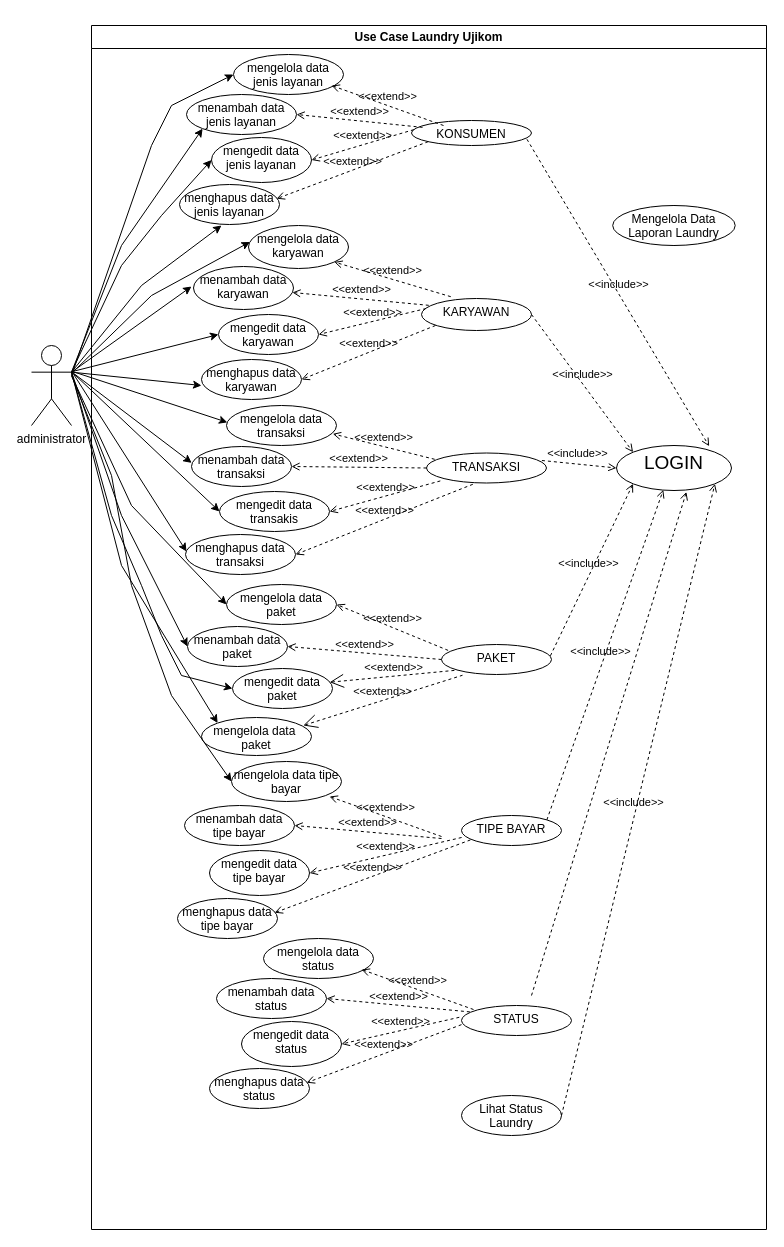
The draw.io diagram page "Page-5" (5 of 5) of Desain Ujikom.drawio in alditasptnsr/ujikom_aldita, before the edit. Source tidied: cells renumbered, new cells numbered last; positions are measured from the earlier drawing's top-left corner, leaving out a move shared by most shapes. Both pictures are drawn from the tidied source at 100%, with x=0, y=0 at pixel (31, 25).
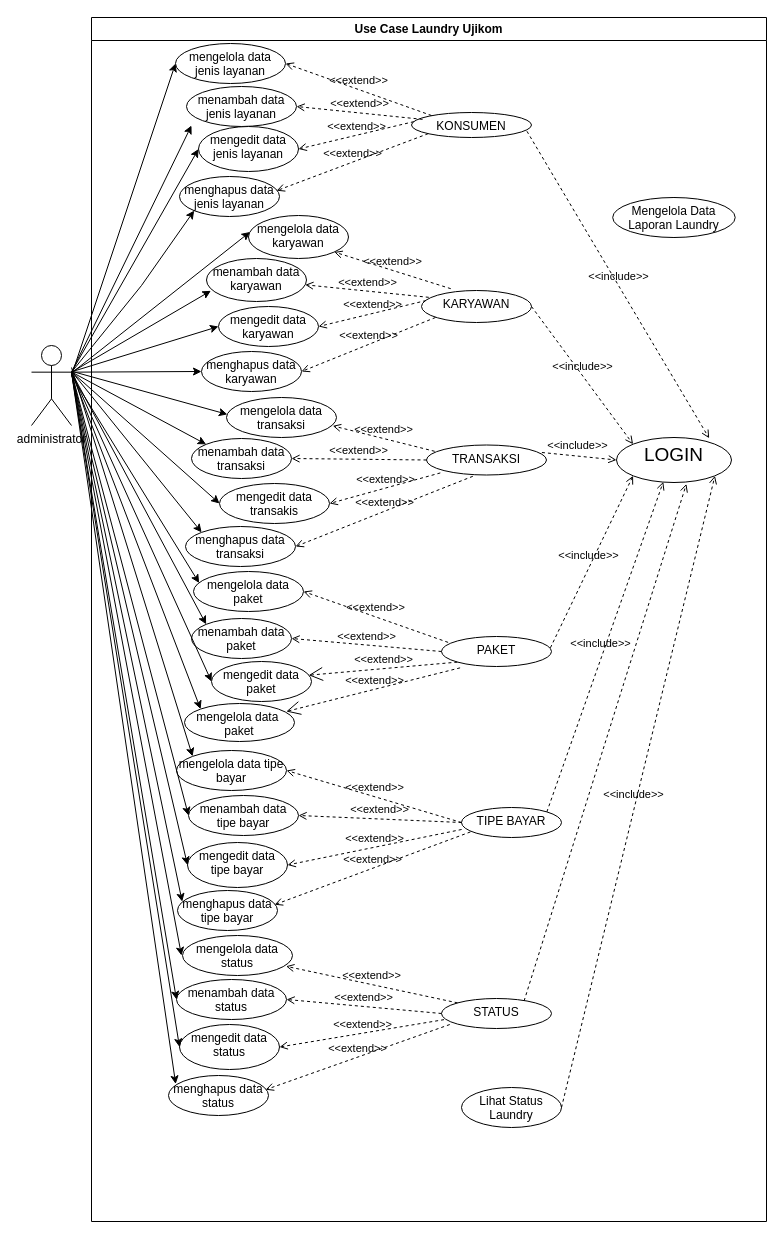
The same diagram, later.

Unchanged cells that the change refers to:
```xml
<mxCell id="3" value="menambah data jenis layanan" style="ellipse;whiteSpace=wrap;html=1;verticalAlign=top;" parent="2" vertex="1">
  <mxGeometry x="95" y="69" width="110" height="40" as="geometry" />
</mxCell>
<mxCell id="5" value="menghapus data jenis layanan" style="ellipse;whiteSpace=wrap;html=1;verticalAlign=top;" parent="2" vertex="1">
  <mxGeometry x="88" y="159" width="100" height="40" as="geometry" />
</mxCell>
<mxCell id="11" value="&lt;font style=&quot;font-size: 19px;&quot;&gt;LOGIN&lt;/font&gt;" style="ellipse;whiteSpace=wrap;html=1;verticalAlign=top;" parent="2" vertex="1">
  <mxGeometry x="525" y="420" width="115" height="45" as="geometry" />
</mxCell>
<mxCell id="13" value="menghapus data &lt;br&gt;karyawan" style="ellipse;whiteSpace=wrap;html=1;verticalAlign=top;" parent="2" vertex="1">
  <mxGeometry x="110" y="334" width="100" height="40" as="geometry" />
</mxCell>
<mxCell id="15" value="menambah data transaksi" style="ellipse;whiteSpace=wrap;html=1;verticalAlign=top;" parent="2" vertex="1">
  <mxGeometry x="100" y="421" width="100" height="40" as="geometry" />
</mxCell>
<mxCell id="37" value="TIPE BAYAR" style="ellipse;whiteSpace=wrap;html=1;verticalAlign=top;" parent="2" vertex="1">
  <mxGeometry x="370" y="790" width="100" height="30" as="geometry" />
</mxCell>
<mxCell id="45" value="menghapus data transaksi" style="ellipse;whiteSpace=wrap;html=1;verticalAlign=top;" parent="2" vertex="1">
  <mxGeometry x="94" y="509" width="110" height="40" as="geometry" />
</mxCell>
<mxCell id="49" value="menghapus data tipe bayar" style="ellipse;whiteSpace=wrap;html=1;verticalAlign=top;" parent="2" vertex="1">
  <mxGeometry x="86" y="873" width="100" height="40" as="geometry" />
</mxCell>
<mxCell id="84" value="administrator" style="shape=umlActor;verticalLabelPosition=bottom;verticalAlign=top;html=1;outlineConnect=0;" parent="1" vertex="1">
  <mxGeometry y="320" width="40" height="80" as="geometry" />
</mxCell>
```

Diff of the diagram source:
```diff
@@
     <mxCell id="2" value="Use Case Laundry Ujikom" style="swimlane;whiteSpace=wrap;html=1;" parent="1" vertex="1">
-      <mxGeometry x="60" width="675" height="1204" as="geometry" />
+      <mxGeometry x="60" y="-8" width="675" height="1204" as="geometry" />
     </mxCell>
@@
     <mxCell id="4" value="mengedit data jenis layanan" style="ellipse;whiteSpace=wrap;html=1;verticalAlign=top;" parent="2" vertex="1">
-      <mxGeometry x="120" y="112" width="100" height="45" as="geometry" />
+      <mxGeometry x="107" y="109" width="100" height="45" as="geometry" />
     </mxCell>
@@
     <mxCell id="6" value="menambah data karyawan" style="ellipse;whiteSpace=wrap;html=1;verticalAlign=top;" parent="2" vertex="1">
-      <mxGeometry x="102" y="241" width="100" height="43" as="geometry" />
+      <mxGeometry x="115" y="241" width="100" height="43" as="geometry" />
     </mxCell>
@@
     <mxCell id="8" value="mengelola data paket" style="ellipse;whiteSpace=wrap;html=1;verticalAlign=top;" parent="2" vertex="1">
-      <mxGeometry x="135" y="559" width="110" height="40" as="geometry" />
+      <mxGeometry x="102" y="554" width="110" height="40" as="geometry" />
     </mxCell>
     <mxCell id="9" value="menambah data paket" style="ellipse;whiteSpace=wrap;html=1;verticalAlign=top;" parent="2" vertex="1">
-      <mxGeometry x="96" y="601" width="100" height="40" as="geometry" />
+      <mxGeometry x="100" y="601" width="100" height="40" as="geometry" />
     </mxCell>
     <mxCell id="10" value="mengelola data&amp;nbsp;&lt;br&gt;paket" style="ellipse;whiteSpace=wrap;html=1;verticalAlign=top;" parent="2" vertex="1">
-      <mxGeometry x="110" y="692" width="110" height="38" as="geometry" />
+      <mxGeometry x="93" y="686" width="110" height="38" as="geometry" />
     </mxCell>
@@
     <mxCell id="12" value="mengedit data paket" style="ellipse;whiteSpace=wrap;html=1;verticalAlign=top;" parent="2" vertex="1">
-      <mxGeometry x="141" y="643" width="100" height="40" as="geometry" />
+      <mxGeometry x="120" y="644" width="100" height="40" as="geometry" />
     </mxCell>
@@
     <mxCell id="38" value="STATUS" style="ellipse;whiteSpace=wrap;html=1;verticalAlign=top;" parent="2" vertex="1">
-      <mxGeometry x="370" y="980" width="110" height="30" as="geometry" />
+      <mxGeometry x="350" y="981" width="110" height="30" as="geometry" />
     </mxCell>
@@
     <mxCell id="41" value="mengelola data jenis layanan" style="ellipse;whiteSpace=wrap;html=1;verticalAlign=top;" parent="2" vertex="1">
-      <mxGeometry x="142" y="29" width="110" height="40" as="geometry" />
+      <mxGeometry x="84" y="26" width="110" height="40" as="geometry" />
     </mxCell>
-    <mxCell id="42" value="&amp;lt;&amp;lt;extend&amp;gt;&amp;gt;" style="html=1;verticalAlign=bottom;labelBackgroundColor=none;endArrow=open;endFill=0;dashed=1;rounded=0;entryX=1;entryY=0.5;entryDx=0;entryDy=0;" parent="2" edge="1">
+    <mxCell id="42" value="&amp;lt;&amp;lt;extend&amp;gt;&amp;gt;" style="html=1;verticalAlign=bottom;labelBackgroundColor=none;endArrow=open;endFill=0;dashed=1;rounded=0;entryX=1;entryY=0.5;entryDx=0;entryDy=0;" parent="2" edge="1" target="41">
       <mxGeometry relative="1" as="geometry">
-        <mxPoint x="352" y="100" as="sourcePoint" />
-        <mxPoint x="240" y="60" as="targetPoint" />
+        <mxPoint x="340" y="98" as="sourcePoint" />
       </mxGeometry>
     </mxCell>
     <mxCell id="43" value="mengelola data karyawan" style="ellipse;whiteSpace=wrap;html=1;verticalAlign=top;" parent="2" vertex="1">
-      <mxGeometry x="157" y="200" width="100" height="43" as="geometry" />
+      <mxGeometry x="157" y="198" width="100" height="43" as="geometry" />
     </mxCell>
@@
     <mxCell id="47" value="menambah data tipe bayar" style="ellipse;whiteSpace=wrap;html=1;verticalAlign=top;" parent="2" vertex="1">
-      <mxGeometry x="93" y="780" width="110" height="40" as="geometry" />
+      <mxGeometry x="97" y="778" width="110" height="40" as="geometry" />
     </mxCell>
     <mxCell id="48" value="mengedit data tipe bayar" style="ellipse;whiteSpace=wrap;html=1;verticalAlign=top;" parent="2" vertex="1">
-      <mxGeometry x="118" y="825" width="100" height="45" as="geometry" />
+      <mxGeometry x="96" y="825" width="100" height="45" as="geometry" />
     </mxCell>
@@
-    <mxCell id="52" value="&amp;lt;&amp;lt;extend&amp;gt;&amp;gt;" style="html=1;verticalAlign=bottom;labelBackgroundColor=none;endArrow=open;endFill=0;dashed=1;rounded=0;entryX=1;entryY=0.5;entryDx=0;entryDy=0;" parent="2" edge="1" target="47">
-      <mxGeometry relative="1" as="geometry">
-        <mxPoint x="350" y="813" as="sourcePoint" />
-      </mxGeometry>
+    <mxCell id="52" value="&amp;lt;&amp;lt;extend&amp;gt;&amp;gt;" style="html=1;verticalAlign=bottom;labelBackgroundColor=none;endArrow=open;endFill=0;dashed=1;rounded=0;entryX=1;entryY=0.5;entryDx=0;entryDy=0;exitX=0;exitY=0.5;exitDx=0;exitDy=0;" parent="2" edge="1" source="37" target="47">
+      <mxGeometry relative="1" as="geometry" />
     </mxCell>
     <mxCell id="53" value="mengelola data tipe bayar" style="ellipse;whiteSpace=wrap;html=1;verticalAlign=top;" parent="2" vertex="1">
-      <mxGeometry x="140" y="736" width="110" height="40" as="geometry" />
+      <mxGeometry x="85" y="733" width="110" height="40" as="geometry" />
     </mxCell>
-    <mxCell id="54" value="&amp;lt;&amp;lt;extend&amp;gt;&amp;gt;" style="html=1;verticalAlign=bottom;labelBackgroundColor=none;endArrow=open;endFill=0;dashed=1;rounded=0;entryX=1;entryY=0.5;entryDx=0;entryDy=0;" parent="2" edge="1">
-      <mxGeometry relative="1" as="geometry">
-        <mxPoint x="350" y="811" as="sourcePoint" />
-        <mxPoint x="238" y="771" as="targetPoint" />
-      </mxGeometry>
+    <mxCell id="54" value="&amp;lt;&amp;lt;extend&amp;gt;&amp;gt;" style="html=1;verticalAlign=bottom;labelBackgroundColor=none;endArrow=open;endFill=0;dashed=1;rounded=0;entryX=1;entryY=0.5;entryDx=0;entryDy=0;exitX=0;exitY=0.5;exitDx=0;exitDy=0;" parent="2" edge="1" source="37" target="53">
+      <mxGeometry relative="1" as="geometry" />
     </mxCell>
     <mxCell id="55" value="menambah data status" style="ellipse;whiteSpace=wrap;html=1;verticalAlign=top;" parent="2" vertex="1">
-      <mxGeometry x="125" y="953" width="110" height="40" as="geometry" />
+      <mxGeometry x="85" y="962" width="110" height="40" as="geometry" />
     </mxCell>
     <mxCell id="56" value="mengedit data status" style="ellipse;whiteSpace=wrap;html=1;verticalAlign=top;" parent="2" vertex="1">
-      <mxGeometry x="150" y="996" width="100" height="45" as="geometry" />
+      <mxGeometry x="88" y="1007" width="100" height="45" as="geometry" />
     </mxCell>
     <mxCell id="57" value="menghapus data status" style="ellipse;whiteSpace=wrap;html=1;verticalAlign=top;" parent="2" vertex="1">
-      <mxGeometry x="118" y="1043" width="100" height="40" as="geometry" />
+      <mxGeometry x="77" y="1058" width="100" height="40" as="geometry" />
     </mxCell>
-    <mxCell id="58" value="&amp;lt;&amp;lt;extend&amp;gt;&amp;gt;" style="html=1;verticalAlign=bottom;labelBackgroundColor=none;endArrow=open;endFill=0;dashed=1;rounded=0;exitX=0;exitY=0.638;exitDx=0;exitDy=0;entryX=0.971;entryY=0.355;entryDx=0;entryDy=0;entryPerimeter=0;exitPerimeter=0;" parent="2" edge="1" source="38" target="57">
+    <mxCell id="58" value="&amp;lt;&amp;lt;extend&amp;gt;&amp;gt;" style="html=1;verticalAlign=bottom;labelBackgroundColor=none;endArrow=open;endFill=0;dashed=1;rounded=0;exitX=0.075;exitY=0.868;exitDx=0;exitDy=0;entryX=0.971;entryY=0.355;entryDx=0;entryDy=0;entryPerimeter=0;exitPerimeter=0;" parent="2" edge="1" source="38" target="57">
       <mxGeometry relative="1" as="geometry" />
     </mxCell>
-    <mxCell id="59" value="&amp;lt;&amp;lt;extend&amp;gt;&amp;gt;" style="html=1;verticalAlign=bottom;labelBackgroundColor=none;endArrow=open;endFill=0;dashed=1;rounded=0;exitX=-0.02;exitY=0.393;exitDx=0;exitDy=0;entryX=1;entryY=0.5;entryDx=0;entryDy=0;exitPerimeter=0;" parent="2" edge="1" source="38" target="56">
+    <mxCell id="59" value="&amp;lt;&amp;lt;extend&amp;gt;&amp;gt;" style="html=1;verticalAlign=bottom;labelBackgroundColor=none;endArrow=open;endFill=0;dashed=1;rounded=0;exitX=0.023;exitY=0.705;exitDx=0;exitDy=0;entryX=1;entryY=0.5;entryDx=0;entryDy=0;exitPerimeter=0;" parent="2" edge="1" source="38" target="56">
       <mxGeometry relative="1" as="geometry" />
     </mxCell>
-    <mxCell id="60" value="&amp;lt;&amp;lt;extend&amp;gt;&amp;gt;" style="html=1;verticalAlign=bottom;labelBackgroundColor=none;endArrow=open;endFill=0;dashed=1;rounded=0;exitX=0.076;exitY=0.213;exitDx=0;exitDy=0;exitPerimeter=0;entryX=1;entryY=0.5;entryDx=0;entryDy=0;" parent="2" edge="1" source="38" target="55">
+    <mxCell id="60" value="&amp;lt;&amp;lt;extend&amp;gt;&amp;gt;" style="html=1;verticalAlign=bottom;labelBackgroundColor=none;endArrow=open;endFill=0;dashed=1;rounded=0;exitX=0;exitY=0.5;exitDx=0;exitDy=0;entryX=1;entryY=0.5;entryDx=0;entryDy=0;" parent="2" edge="1" source="38" target="55">
       <mxGeometry relative="1" as="geometry" />
     </mxCell>
     <mxCell id="61" value="mengelola data status" style="ellipse;whiteSpace=wrap;html=1;verticalAlign=top;" parent="2" vertex="1">
-      <mxGeometry x="172" y="913" width="110" height="40" as="geometry" />
+      <mxGeometry x="91" y="918" width="110" height="40" as="geometry" />
     </mxCell>
-    <mxCell id="62" value="&amp;lt;&amp;lt;extend&amp;gt;&amp;gt;" style="html=1;verticalAlign=bottom;labelBackgroundColor=none;endArrow=open;endFill=0;dashed=1;rounded=0;entryX=1;entryY=0.5;entryDx=0;entryDy=0;" parent="2" edge="1">
-      <mxGeometry relative="1" as="geometry">
-        <mxPoint x="382" y="984" as="sourcePoint" />
-        <mxPoint x="270" y="944" as="targetPoint" />
-      </mxGeometry>
+    <mxCell id="62" value="&amp;lt;&amp;lt;extend&amp;gt;&amp;gt;" style="html=1;verticalAlign=bottom;labelBackgroundColor=none;endArrow=open;endFill=0;dashed=1;rounded=0;entryX=0.941;entryY=0.769;entryDx=0;entryDy=0;exitX=0;exitY=0;exitDx=0;exitDy=0;entryPerimeter=0;" parent="2" edge="1" source="38" target="61">
+      <mxGeometry relative="1" as="geometry" />
     </mxCell>
-    <mxCell id="63" style="html=1;verticalAlign=bottom;labelBackgroundColor=none;endArrow=open;endFill=0;dashed=1;rounded=0;entryX=0.608;entryY=1.031;entryDx=0;entryDy=0;entryPerimeter=0;" parent="2" edge="1" target="11">
-      <mxGeometry x="-0.04" y="2" relative="1" as="geometry">
-        <mxPoint x="440" y="970" as="sourcePoint" />
-      </mxGeometry>
+    <mxCell id="63" style="html=1;verticalAlign=bottom;labelBackgroundColor=none;endArrow=open;endFill=0;dashed=1;rounded=0;entryX=0.608;entryY=1.031;entryDx=0;entryDy=0;entryPerimeter=0;exitX=0.751;exitY=0.079;exitDx=0;exitDy=0;exitPerimeter=0;" parent="2" edge="1" source="38" target="11">
+      <mxGeometry x="-0.04" y="2" relative="1" as="geometry" />
     </mxCell>
@@
-    <mxCell id="67" style="rounded=0;jettySize=auto;html=1;entryX=0;entryY=0.5;entryDx=0;entryDy=0;" parent="2" edge="1" target="53">
+    <mxCell id="67" style="rounded=0;jettySize=auto;html=1;entryX=0;entryY=0;entryDx=0;entryDy=0;" parent="2" edge="1" target="53">
       <mxGeometry relative="1" as="geometry">
         <mxPoint x="-20" y="350" as="sourcePoint" />
-        <Array as="points">
-          <mxPoint x="20" y="450" />
-          <mxPoint x="40" y="560" />
-          <mxPoint x="80" y="670" />
-        </Array>
       </mxGeometry>
     </mxCell>
-    <mxCell id="68" style="rounded=0;orthogonalLoop=1;jettySize=auto;html=1;" parent="1" edge="1">
+    <mxCell id="68" style="rounded=0;jettySize=auto;html=1;entryX=0.044;entryY=0.751;entryDx=0;entryDy=0;entryPerimeter=0;" parent="1" edge="1" target="6">
       <mxGeometry relative="1" as="geometry">
         <mxPoint x="40" y="346.7" as="sourcePoint" />
-        <mxPoint x="160" y="261" as="targetPoint" />
       </mxGeometry>
     </mxCell>
-    <mxCell id="69" style="rounded=0;jettySize=auto;html=1;entryX=0;entryY=0.65;entryDx=0;entryDy=0;entryPerimeter=0;exitX=1;exitY=0.3333333333333333;exitDx=0;exitDy=0;exitPerimeter=0;" parent="1" edge="1" source="84" target="13">
+    <mxCell id="69" style="rounded=0;jettySize=auto;html=1;entryX=0;entryY=0.5;entryDx=0;entryDy=0;exitX=1;exitY=0.3333333333333333;exitDx=0;exitDy=0;exitPerimeter=0;" parent="1" edge="1" source="84" target="13">
       <mxGeometry relative="1" as="geometry" />
     </mxCell>
@@
-    <mxCell id="71" style="rounded=0;jettySize=auto;html=1;entryX=0.002;entryY=0.41;entryDx=0;entryDy=0;entryPerimeter=0;" parent="1" edge="1" target="15">
+    <mxCell id="71" style="rounded=0;jettySize=auto;html=1;entryX=0;entryY=0;entryDx=0;entryDy=0;" parent="1" edge="1" target="15">
       <mxGeometry relative="1" as="geometry">
         <mxPoint x="41" y="347" as="sourcePoint" />
       </mxGeometry>
     </mxCell>
@@
-    <mxCell id="74" style="rounded=0;orthogonalLoop=1;jettySize=auto;html=1;entryX=0;entryY=0.5;entryDx=0;entryDy=0;" parent="1" edge="1">
+    <mxCell id="74" style="rounded=0;jettySize=auto;html=1;entryX=0;entryY=0;entryDx=0;entryDy=0;" parent="1" edge="1" target="45">
       <mxGeometry relative="1" as="geometry">
         <mxPoint x="41" y="347" as="sourcePoint" />
-        <mxPoint x="155" y="526" as="targetPoint" />
         <Array as="points">
           <mxPoint x="41" y="347" />
         </Array>
       </mxGeometry>
     </mxCell>
     <mxCell id="75" style="rounded=0;jettySize=auto;html=1;entryX=0.015;entryY=0.383;entryDx=0;entryDy=0;entryPerimeter=0;" parent="1" edge="1" target="43">
       <mxGeometry relative="1" as="geometry">
         <mxPoint x="42" y="346" as="sourcePoint" />
-        <Array as="points">
-          <mxPoint x="120" y="270" />
-        </Array>
       </mxGeometry>
     </mxCell>
-    <mxCell id="76" style="rounded=0;jettySize=auto;html=1;exitX=1;exitY=0.3333333333333333;exitDx=0;exitDy=0;exitPerimeter=0;entryX=0.42;entryY=1.025;entryDx=0;entryDy=0;entryPerimeter=0;" parent="1" edge="1" source="84" target="5">
+    <mxCell id="76" style="rounded=0;jettySize=auto;html=1;exitX=1;exitY=0.3333333333333333;exitDx=0;exitDy=0;exitPerimeter=0;entryX=0;entryY=1;entryDx=0;entryDy=0;" parent="1" edge="1" source="84" target="5">
       <mxGeometry relative="1" as="geometry">
         <Array as="points">
           <mxPoint x="110" y="260" />
         </Array>
       </mxGeometry>
     </mxCell>
     <mxCell id="77" style="rounded=0;jettySize=auto;html=1;entryX=0;entryY=0.5;entryDx=0;entryDy=0;exitX=1;exitY=0.3333333333333333;exitDx=0;exitDy=0;exitPerimeter=0;" parent="1" edge="1" source="84" target="4">
-      <mxGeometry relative="1" as="geometry">
-        <Array as="points">
-          <mxPoint x="90" y="240" />
-          <mxPoint x="130" y="190" />
-        </Array>
-      </mxGeometry>
+      <mxGeometry relative="1" as="geometry" />
     </mxCell>
-    <mxCell id="78" style="rounded=0;jettySize=auto;html=1;entryX=0;entryY=1;entryDx=0;entryDy=0;exitX=1;exitY=0.3333333333333333;exitDx=0;exitDy=0;exitPerimeter=0;" parent="1" edge="1" source="84" target="3">
+    <mxCell id="78" style="rounded=0;jettySize=auto;html=1;exitX=1;exitY=0.3333333333333333;exitDx=0;exitDy=0;exitPerimeter=0;" parent="1" edge="1" source="84">
       <mxGeometry relative="1" as="geometry">
-        <Array as="points">
-          <mxPoint x="90" y="220" />
-        </Array>
+        <mxPoint x="160" y="100" as="targetPoint" />
       </mxGeometry>
     </mxCell>
     <mxCell id="79" style="rounded=0;jettySize=auto;html=1;entryX=0;entryY=0.5;entryDx=0;entryDy=0;" parent="1" edge="1" target="41">
       <mxGeometry relative="1" as="geometry">
         <mxPoint x="40" y="350" as="sourcePoint" />
-        <Array as="points">
-          <mxPoint x="120" y="120" />
-          <mxPoint x="140" y="80" />
-        </Array>
       </mxGeometry>
     </mxCell>
-    <mxCell id="80" style="rounded=0;jettySize=auto;html=1;entryX=0;entryY=0.5;entryDx=0;entryDy=0;" parent="1" edge="1" target="8">
+    <mxCell id="80" style="rounded=0;jettySize=auto;html=1;entryX=0.051;entryY=0.286;entryDx=0;entryDy=0;entryPerimeter=0;" parent="1" edge="1" target="8">
       <mxGeometry relative="1" as="geometry">
         <mxPoint x="40" y="350" as="sourcePoint" />
-        <Array as="points">
-          <mxPoint x="100" y="480" />
-        </Array>
       </mxGeometry>
     </mxCell>
-    <mxCell id="81" style="rounded=0;jettySize=auto;html=1;entryX=0;entryY=0.5;entryDx=0;entryDy=0;exitX=1;exitY=0.3333333333333333;exitDx=0;exitDy=0;exitPerimeter=0;" parent="1" edge="1" source="84" target="9">
-      <mxGeometry relative="1" as="geometry">
-        <Array as="points">
-          <mxPoint x="90" y="490" />
-        </Array>
-      </mxGeometry>
+    <mxCell id="81" style="rounded=0;jettySize=auto;html=1;entryX=0;entryY=0;entryDx=0;entryDy=0;exitX=1;exitY=0.3333333333333333;exitDx=0;exitDy=0;exitPerimeter=0;" parent="1" edge="1" source="84" target="9">
+      <mxGeometry relative="1" as="geometry" />
     </mxCell>
     <mxCell id="82" style="rounded=0;jettySize=auto;html=1;entryX=0;entryY=0.5;entryDx=0;entryDy=0;exitX=1;exitY=0.3333333333333333;exitDx=0;exitDy=0;exitPerimeter=0;" parent="1" edge="1" source="84" target="12">
-      <mxGeometry relative="1" as="geometry">
-        <Array as="points">
-          <mxPoint x="80" y="490" />
-          <mxPoint x="110" y="560" />
-          <mxPoint x="130" y="610" />
-          <mxPoint x="150" y="650" />
-        </Array>
-      </mxGeometry>
+      <mxGeometry relative="1" as="geometry" />
     </mxCell>
     <mxCell id="83" style="rounded=0;jettySize=auto;html=1;entryX=0;entryY=0;entryDx=0;entryDy=0;exitX=1;exitY=0.3333333333333333;exitDx=0;exitDy=0;exitPerimeter=0;" parent="1" edge="1" source="84" target="10">
-      <mxGeometry relative="1" as="geometry">
-        <Array as="points">
-          <mxPoint x="90" y="540" />
-        </Array>
-      </mxGeometry>
+      <mxGeometry relative="1" as="geometry" />
     </mxCell>
+    <mxCell id="85" style="rounded=0;jettySize=auto;html=1;entryX=0;entryY=0.5;entryDx=0;entryDy=0;exitX=1;exitY=0.3333333333333333;exitDx=0;exitDy=0;exitPerimeter=0;" parent="1" edge="1" source="84" target="47">
+      <mxGeometry relative="1" as="geometry" />
+    </mxCell>
+    <mxCell id="86" style="rounded=0;jettySize=auto;html=1;entryX=0;entryY=0.5;entryDx=0;entryDy=0;exitX=1;exitY=0.3333333333333333;exitDx=0;exitDy=0;exitPerimeter=0;" parent="1" edge="1" source="84" target="48">
+      <mxGeometry relative="1" as="geometry" />
+    </mxCell>
+    <mxCell id="87" style="rounded=0;jettySize=auto;html=1;entryX=0.047;entryY=0.279;entryDx=0;entryDy=0;entryPerimeter=0;exitX=1;exitY=0.3333333333333333;exitDx=0;exitDy=0;exitPerimeter=0;" parent="1" edge="1" source="84" target="49">
+      <mxGeometry relative="1" as="geometry" />
+    </mxCell>
+    <mxCell id="88" style="rounded=0;jettySize=auto;html=1;exitX=1;exitY=0.3333333333333333;exitDx=0;exitDy=0;exitPerimeter=0;" parent="1" edge="1" source="84">
+      <mxGeometry relative="1" as="geometry">
+        <mxPoint x="150" y="930" as="targetPoint" />
+      </mxGeometry>
+    </mxCell>
+    <mxCell id="89" style="rounded=0;jettySize=auto;html=1;entryX=0;entryY=0.5;entryDx=0;entryDy=0;exitX=1;exitY=0.3333333333333333;exitDx=0;exitDy=0;exitPerimeter=0;" parent="1" edge="1" source="84" target="55">
+      <mxGeometry relative="1" as="geometry" />
+    </mxCell>
@@
+    <mxCell id="90" style="rounded=0;jettySize=auto;html=1;exitX=1;exitY=0.3333333333333333;exitDx=0;exitDy=0;exitPerimeter=0;entryX=0;entryY=0.5;entryDx=0;entryDy=0;" parent="1" edge="1" source="84" target="56">
+      <mxGeometry relative="1" as="geometry" />
+    </mxCell>
+    <mxCell id="91" style="rounded=0;jettySize=auto;html=1;exitX=1;exitY=0.3333333333333333;exitDx=0;exitDy=0;exitPerimeter=0;entryX=0.072;entryY=0.212;entryDx=0;entryDy=0;entryPerimeter=0;" parent="1" edge="1" source="84" target="57">
+      <mxGeometry relative="1" as="geometry" />
+    </mxCell>
```
